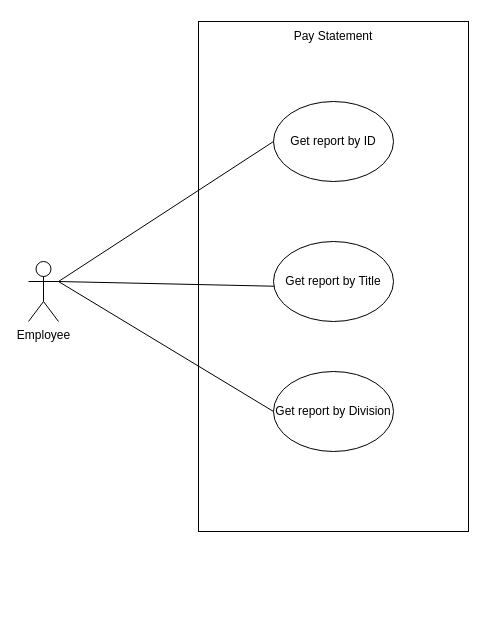
This is Diagram/UseCase2.drawio from linnypham/CSC3350_project, a draw.io file, before an edit. Source tidied: cells renumbered, new cells numbered last; positions are measured from the earlier drawing's top-left corner, leaving out a move shared by most shapes. Both pictures are drawn from the tidied source at 100%, with x=0, y=0 at pixel (28, 21).
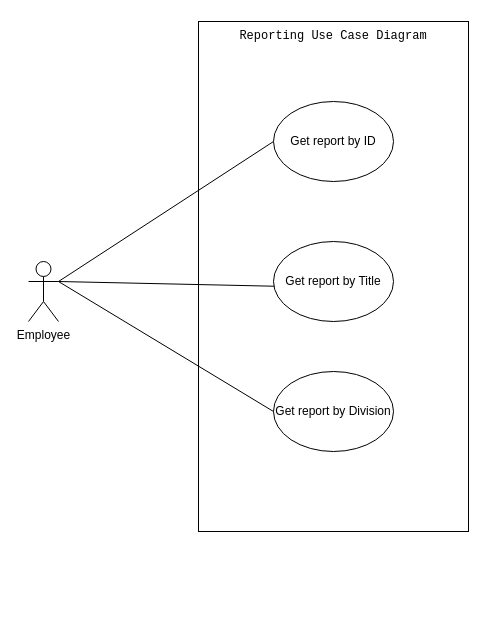
The same diagram, later.

The edit, as a diff of the source:
```diff
@@
 <mxGraphModel>
   <root>
     <mxCell id="0" />
     <mxCell id="1" parent="0" />
     <mxCell id="2" style="group;" parent="1" vertex="1">
       <mxGeometry x="170" width="270" height="580" as="geometry" />
     </mxCell>
     <mxCell id="3" style="rounded=0;whiteSpace=wrap;html=1;" parent="2" vertex="1">
       <mxGeometry width="270" height="510" as="geometry" />
     </mxCell>
-    <mxCell id="4" value="Pay Statement" style="text;html=1;align=center;verticalAlign=middle;whiteSpace=wrap;rounded=0;" parent="2" vertex="1">
+    <mxCell id="4" value="&lt;pre class=&quot;notranslate&quot;&gt;&lt;code&gt;Reporting Use Case Diagram&lt;/code&gt;&lt;/pre&gt;" style="text;html=1;align=center;verticalAlign=middle;whiteSpace=wrap;rounded=0;" parent="2" vertex="1">
       <mxGeometry width="270" height="30" as="geometry" />
     </mxCell>
     <mxCell id="5" value="Get report by ID" style="ellipse;whiteSpace=wrap;html=1;" parent="2" vertex="1">
       <mxGeometry x="75" y="80" width="120" height="80" as="geometry" />
     </mxCell>
     <mxCell id="6" value="Get report by Title" style="ellipse;whiteSpace=wrap;html=1;" parent="2" vertex="1">
       <mxGeometry x="75" y="220" width="120" height="80" as="geometry" />
     </mxCell>
     <mxCell id="7" value="Get report by Division" style="ellipse;whiteSpace=wrap;html=1;" parent="2" vertex="1">
       <mxGeometry x="75" y="350" width="120" height="80" as="geometry" />
     </mxCell>
     <mxCell id="8" style="edgeStyle=orthogonalEdgeStyle;rounded=0;orthogonalLoop=1;jettySize=auto;html=1;exitX=0.5;exitY=1;exitDx=0;exitDy=0;" parent="2" edge="1" source="3" target="3">
       <mxGeometry relative="1" as="geometry" />
     </mxCell>
     <mxCell id="9" value="Employee" style="shape=umlActor;verticalLabelPosition=bottom;verticalAlign=top;html=1;outlineConnect=0;" parent="1" vertex="1">
       <mxGeometry y="240" width="30" height="60" as="geometry" />
     </mxCell>
     <mxCell id="10" style="endArrow=none;html=1;rounded=0;exitX=1;exitY=0.3333333333333333;exitDx=0;exitDy=0;exitPerimeter=0;entryX=0;entryY=0.5;entryDx=0;entryDy=0;" parent="1" edge="1" source="9" target="5">
       <mxGeometry relative="1" as="geometry" />
     </mxCell>
     <mxCell id="11" style="endArrow=none;html=1;rounded=0;exitX=1;exitY=0.3333333333333333;exitDx=0;exitDy=0;exitPerimeter=0;entryX=0.007;entryY=0.559;entryDx=0;entryDy=0;entryPerimeter=0;" parent="1" edge="1" source="9" target="6">
       <mxGeometry relative="1" as="geometry" />
     </mxCell>
     <mxCell id="12" style="endArrow=none;html=1;rounded=0;entryX=0;entryY=0.5;entryDx=0;entryDy=0;" parent="1" edge="1" target="7">
       <mxGeometry relative="1" as="geometry">
         <mxPoint x="30" y="260" as="sourcePoint" />
       </mxGeometry>
     </mxCell>
   </root>
 </mxGraphModel>
```
